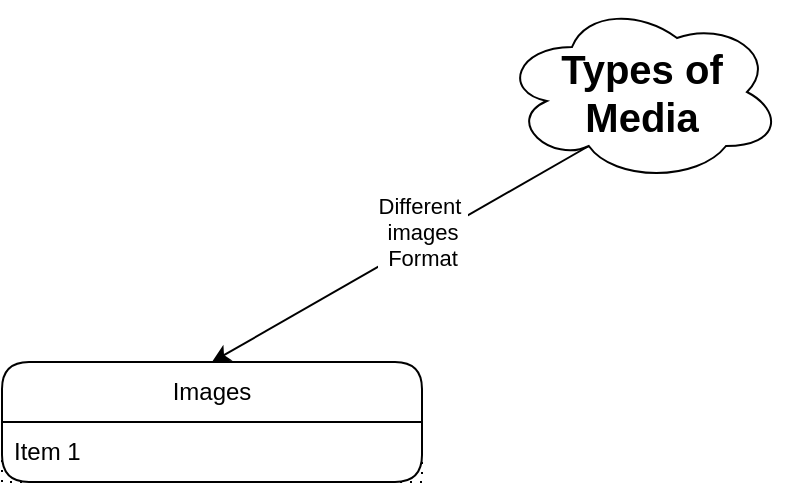
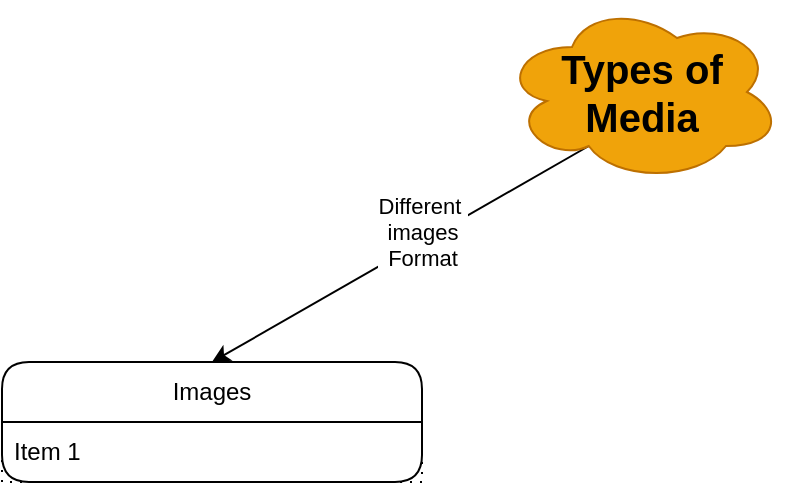
<mxfile host="65bd71144e">
    <diagram id="GbyrdomzdIMMHdDx9d3s" name="Page-1">
        <mxGraphModel dx="662" dy="475" grid="1" gridSize="10" guides="1" tooltips="1" connect="1" arrows="1" fold="1" page="1" pageScale="1" pageWidth="827" pageHeight="1169" background="#ffffff" math="0" shadow="0">
            <root>
                <mxCell id="0"/>
                <mxCell id="1" parent="0"/>
                <mxCell id="3" style="edgeStyle=none;html=1;exitX=0.31;exitY=0.8;exitDx=0;exitDy=0;exitPerimeter=0;entryX=0.5;entryY=0;entryDx=0;entryDy=0;" edge="1" parent="1" source="2" target="4">
                    <mxGeometry relative="1" as="geometry">
                        <mxPoint x="270" y="220" as="targetPoint"/>
                    </mxGeometry>
                </mxCell>
                <mxCell id="8" value="&lt;font style=&quot;color: light-dark(rgb(0, 0, 0), rgb(255, 255, 255));&quot;&gt;Different&amp;nbsp;&lt;/font&gt;&lt;div&gt;&lt;font style=&quot;color: light-dark(rgb(0, 0, 0), rgb(255, 255, 255));&quot;&gt;images&lt;/font&gt;&lt;/div&gt;&lt;div&gt;&lt;font style=&quot;color: light-dark(rgb(0, 0, 0), rgb(255, 255, 255));&quot;&gt;Format&lt;/font&gt;&lt;/div&gt;" style="edgeLabel;html=1;align=center;verticalAlign=middle;resizable=0;points=[];" vertex="1" connectable="0" parent="3">
                    <mxGeometry x="-0.258" y="3" relative="1" as="geometry">
                        <mxPoint x="-15" as="offset"/>
                    </mxGeometry>
                </mxCell>
-                 <mxCell id="2" value="&lt;b&gt;&lt;font style=&quot;font-size: 20px;&quot;&gt;Types of Media&lt;/font&gt;&lt;/b&gt;" style="ellipse;shape=cloud;whiteSpace=wrap;html=1;" vertex="1" parent="1">
+                 <mxCell id="2" value="&lt;b&gt;&lt;font style=&quot;font-size: 20px;&quot;&gt;Types of Media&lt;/font&gt;&lt;/b&gt;" style="ellipse;shape=cloud;whiteSpace=wrap;html=1;fillColor=#f0a30a;fontColor=#000000;strokeColor=#BD7000;" vertex="1" parent="1">
                    <mxGeometry x="310" y="60" width="140" height="90" as="geometry"/>
                </mxCell>
                <mxCell id="4" value="Images" style="swimlane;fontStyle=0;childLayout=stackLayout;horizontal=1;startSize=30;horizontalStack=0;resizeParent=1;resizeParentMax=0;resizeLast=0;collapsible=1;marginBottom=0;whiteSpace=wrap;html=1;rounded=1;" vertex="1" parent="1">
                    <mxGeometry x="60" y="240" width="210" height="60" as="geometry"/>
                </mxCell>
                <mxCell id="5" value="Item 1" style="text;strokeColor=default;fillColor=none;align=left;verticalAlign=middle;spacingLeft=4;spacingRight=4;overflow=hidden;points=[[0,0.5],[1,0.5]];portConstraint=eastwest;rotatable=0;whiteSpace=wrap;html=1;dashed=1;dashPattern=1 4;" vertex="1" parent="4">
                    <mxGeometry y="30" width="210" height="30" as="geometry"/>
                </mxCell>
            </root>
        </mxGraphModel>
    </diagram>
</mxfile>